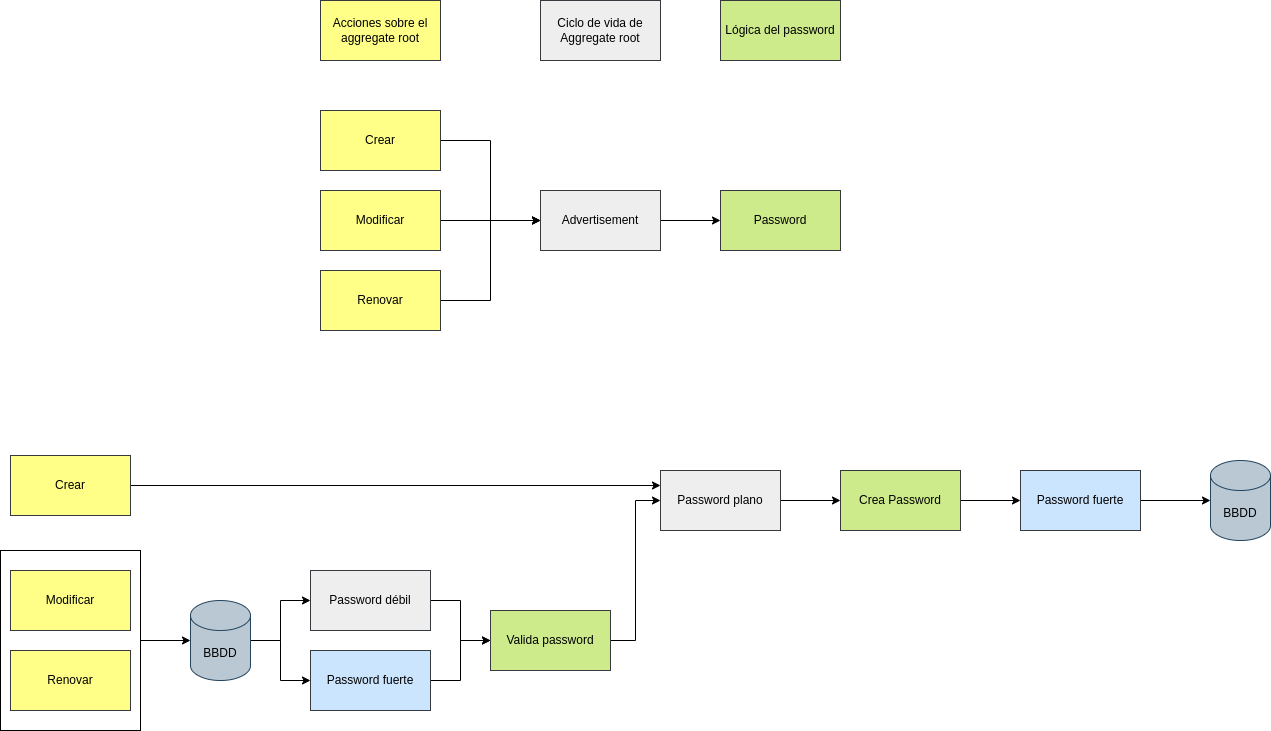
Earlier version of the draw.io export doc/flujo-cambio-password.drawio.png (faparicior/theddduniverse-workshop-the-power-of-value-objects). Source tidied: cells renumbered, new cells last; positions are measured from the earlier drawing's top-left corner, leaving out a move shared by most shapes. Its diagram source:
```xml
<mxGraphModel>
  <root>
    <mxCell id="0" />
    <mxCell id="1" parent="0" />
    <mxCell id="2" style="edgeStyle=orthogonalEdgeStyle;rounded=0;jettySize=auto;html=1;entryX=0;entryY=0.5;entryDx=0;entryDy=0;exitX=1;exitY=0.5;exitDx=0;exitDy=0;exitPerimeter=0;" parent="1" edge="1" source="33" target="15">
      <mxGeometry relative="1" as="geometry" />
    </mxCell>
    <mxCell id="3" style="edgeStyle=orthogonalEdgeStyle;rounded=0;jettySize=auto;html=1;exitX=1;exitY=0.5;exitDx=0;exitDy=0;entryX=0;entryY=0.5;entryDx=0;entryDy=0;exitPerimeter=0;" parent="1" edge="1" source="33" target="17">
      <mxGeometry relative="1" as="geometry" />
    </mxCell>
    <mxCell id="4" style="rounded=0;whiteSpace=wrap;html=1;" parent="1" vertex="1">
      <mxGeometry y="550" width="140" height="180" as="geometry" />
    </mxCell>
    <mxCell id="5" style="edgeStyle=orthogonalEdgeStyle;rounded=0;jettySize=auto;html=1;entryX=0;entryY=0.5;entryDx=0;entryDy=0;" parent="1" edge="1" source="6" target="12">
      <mxGeometry relative="1" as="geometry" />
    </mxCell>
    <mxCell id="6" value="Crear" style="rounded=0;whiteSpace=wrap;html=1;fillColor=#ffff88;strokeColor=#36393d;" parent="1" vertex="1">
      <mxGeometry x="320" y="110" width="120" height="60" as="geometry" />
    </mxCell>
    <mxCell id="7" style="edgeStyle=orthogonalEdgeStyle;rounded=0;jettySize=auto;html=1;" parent="1" edge="1" source="8" target="12">
      <mxGeometry relative="1" as="geometry" />
    </mxCell>
    <mxCell id="8" value="Modificar" style="rounded=0;whiteSpace=wrap;html=1;fillColor=#ffff88;strokeColor=#36393d;" parent="1" vertex="1">
      <mxGeometry x="320" y="190" width="120" height="60" as="geometry" />
    </mxCell>
    <mxCell id="9" style="edgeStyle=orthogonalEdgeStyle;rounded=0;jettySize=auto;html=1;entryX=0;entryY=0.5;entryDx=0;entryDy=0;" parent="1" edge="1" source="10" target="12">
      <mxGeometry relative="1" as="geometry" />
    </mxCell>
    <mxCell id="10" value="Renovar" style="rounded=0;whiteSpace=wrap;html=1;fillColor=#ffff88;strokeColor=#36393d;" parent="1" vertex="1">
      <mxGeometry x="320" y="270" width="120" height="60" as="geometry" />
    </mxCell>
    <mxCell id="11" style="edgeStyle=orthogonalEdgeStyle;rounded=0;jettySize=auto;html=1;" parent="1" edge="1" source="12" target="13">
      <mxGeometry relative="1" as="geometry" />
    </mxCell>
    <mxCell id="12" value="Advertisement" style="rounded=0;whiteSpace=wrap;html=1;fillColor=#eeeeee;strokeColor=#36393d;" parent="1" vertex="1">
      <mxGeometry x="540" y="190" width="120" height="60" as="geometry" />
    </mxCell>
    <mxCell id="13" value="Password" style="rounded=0;whiteSpace=wrap;html=1;fillColor=#cdeb8b;strokeColor=#36393d;" parent="1" vertex="1">
      <mxGeometry x="720" y="190" width="120" height="60" as="geometry" />
    </mxCell>
    <mxCell id="14" style="edgeStyle=orthogonalEdgeStyle;rounded=0;jettySize=auto;html=1;entryX=0;entryY=0.5;entryDx=0;entryDy=0;" parent="1" edge="1" source="15" target="21">
      <mxGeometry relative="1" as="geometry" />
    </mxCell>
    <mxCell id="15" value="Password débil" style="rounded=0;whiteSpace=wrap;html=1;fillColor=#eeeeee;strokeColor=#36393d;" parent="1" vertex="1">
      <mxGeometry x="310" y="570" width="120" height="60" as="geometry" />
    </mxCell>
    <mxCell id="16" style="edgeStyle=orthogonalEdgeStyle;rounded=0;jettySize=auto;html=1;entryX=0;entryY=0.5;entryDx=0;entryDy=0;" parent="1" edge="1" source="17" target="21">
      <mxGeometry relative="1" as="geometry" />
    </mxCell>
    <mxCell id="17" value="Password fuerte" style="rounded=0;whiteSpace=wrap;html=1;fillColor=#cce5ff;strokeColor=#36393d;" parent="1" vertex="1">
      <mxGeometry x="310" y="650" width="120" height="60" as="geometry" />
    </mxCell>
    <mxCell id="18" style="edgeStyle=orthogonalEdgeStyle;rounded=0;jettySize=auto;html=1;" parent="1" edge="1" source="19" target="23">
      <mxGeometry relative="1" as="geometry" />
    </mxCell>
    <mxCell id="19" value="Crea Password" style="rounded=0;whiteSpace=wrap;html=1;fillColor=#cdeb8b;strokeColor=#36393d;" parent="1" vertex="1">
      <mxGeometry x="840" y="470" width="120" height="60" as="geometry" />
    </mxCell>
    <mxCell id="20" style="edgeStyle=orthogonalEdgeStyle;rounded=0;jettySize=auto;html=1;entryX=0;entryY=0.5;entryDx=0;entryDy=0;" parent="1" edge="1" source="21" target="25">
      <mxGeometry relative="1" as="geometry" />
    </mxCell>
    <mxCell id="21" value="Valida password" style="rounded=0;whiteSpace=wrap;html=1;fillColor=#cdeb8b;strokeColor=#36393d;" parent="1" vertex="1">
      <mxGeometry x="490" y="610" width="120" height="60" as="geometry" />
    </mxCell>
    <mxCell id="22" style="edgeStyle=orthogonalEdgeStyle;rounded=0;jettySize=auto;html=1;" parent="1" edge="1" source="23" target="35">
      <mxGeometry relative="1" as="geometry" />
    </mxCell>
    <mxCell id="23" value="Password fuerte" style="rounded=0;whiteSpace=wrap;html=1;fillColor=#cce5ff;strokeColor=#36393d;" parent="1" vertex="1">
      <mxGeometry x="1020" y="470" width="120" height="60" as="geometry" />
    </mxCell>
    <mxCell id="24" style="edgeStyle=orthogonalEdgeStyle;rounded=0;jettySize=auto;html=1;" parent="1" edge="1" source="25" target="19">
      <mxGeometry relative="1" as="geometry" />
    </mxCell>
    <mxCell id="25" value="Password plano" style="rounded=0;whiteSpace=wrap;html=1;fillColor=#eeeeee;strokeColor=#36393d;" parent="1" vertex="1">
      <mxGeometry x="660" y="470" width="120" height="60" as="geometry" />
    </mxCell>
    <mxCell id="26" value="Acciones sobre el aggregate root" style="rounded=0;whiteSpace=wrap;html=1;fillColor=#ffff88;strokeColor=#36393d;" parent="1" vertex="1">
      <mxGeometry x="320" width="120" height="60" as="geometry" />
    </mxCell>
    <mxCell id="27" value="Lógica del password" style="rounded=0;whiteSpace=wrap;html=1;fillColor=#cdeb8b;strokeColor=#36393d;" parent="1" vertex="1">
      <mxGeometry x="720" width="120" height="60" as="geometry" />
    </mxCell>
    <mxCell id="28" style="edgeStyle=orthogonalEdgeStyle;rounded=0;jettySize=auto;html=1;entryX=0;entryY=0.25;entryDx=0;entryDy=0;" parent="1" edge="1" source="29" target="25">
      <mxGeometry relative="1" as="geometry" />
    </mxCell>
    <mxCell id="29" value="Crear" style="rounded=0;whiteSpace=wrap;html=1;fillColor=#ffff88;strokeColor=#36393d;" parent="1" vertex="1">
      <mxGeometry x="10" y="455" width="120" height="60" as="geometry" />
    </mxCell>
    <mxCell id="30" value="Modificar" style="rounded=0;whiteSpace=wrap;html=1;fillColor=#ffff88;strokeColor=#36393d;" parent="1" vertex="1">
      <mxGeometry x="10" y="570" width="120" height="60" as="geometry" />
    </mxCell>
    <mxCell id="31" value="Renovar" style="rounded=0;whiteSpace=wrap;html=1;fillColor=#ffff88;strokeColor=#36393d;" parent="1" vertex="1">
      <mxGeometry x="10" y="650" width="120" height="60" as="geometry" />
    </mxCell>
    <mxCell id="32" value="Ciclo de vida de Aggregate root" style="rounded=0;whiteSpace=wrap;html=1;fillColor=#eeeeee;strokeColor=#36393d;" parent="1" vertex="1">
      <mxGeometry x="540" width="120" height="60" as="geometry" />
    </mxCell>
    <mxCell id="33" value="BBDD" style="shape=cylinder3;whiteSpace=wrap;html=1;boundedLbl=1;backgroundOutline=1;size=15;fillColor=#bac8d3;strokeColor=#23445d;" parent="1" vertex="1">
      <mxGeometry x="190" y="600" width="60" height="80" as="geometry" />
    </mxCell>
    <mxCell id="34" style="edgeStyle=orthogonalEdgeStyle;rounded=0;jettySize=auto;html=1;entryX=0;entryY=0.5;entryDx=0;entryDy=0;entryPerimeter=0;" parent="1" edge="1" source="4" target="33">
      <mxGeometry relative="1" as="geometry" />
    </mxCell>
    <mxCell id="35" value="BBDD" style="shape=cylinder3;whiteSpace=wrap;html=1;boundedLbl=1;backgroundOutline=1;size=15;fillColor=#bac8d3;strokeColor=#23445d;" parent="1" vertex="1">
      <mxGeometry x="1210" y="460" width="60" height="80" as="geometry" />
    </mxCell>
  </root>
</mxGraphModel>
```
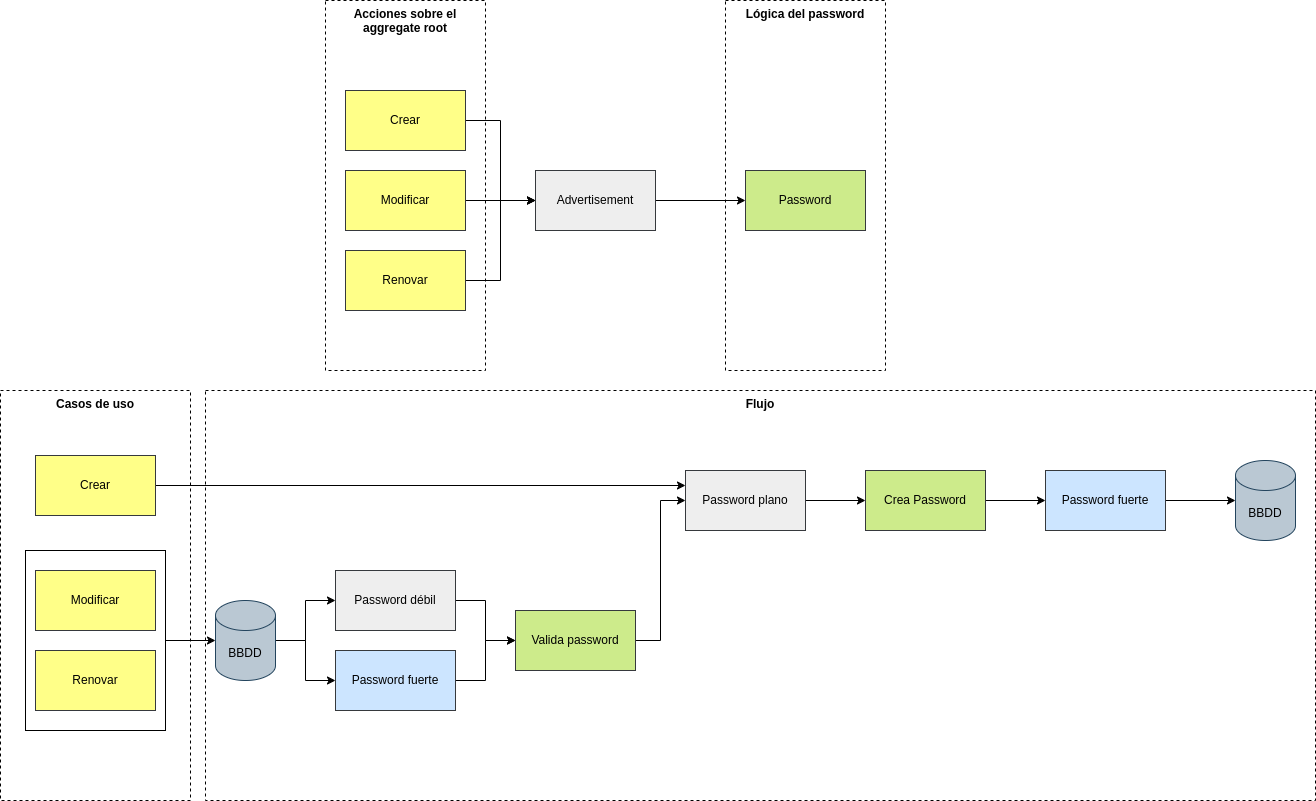
Above is the later version.

Commit message:
Add solution scenario

Change to the diagram source:
```diff
@@ -2,6 +2,18 @@
   <root>
     <mxCell id="0" />
     <mxCell id="1" parent="0" />
+    <mxCell id="36" value="Flujo" style="rounded=0;whiteSpace=wrap;html=1;verticalAlign=top;fontStyle=1;fillStyle=auto;dashed=1;" parent="1" vertex="1">
+      <mxGeometry x="180" y="390" width="1110" height="410" as="geometry" />
+    </mxCell>
+    <mxCell id="37" value="Casos de uso" style="rounded=0;whiteSpace=wrap;html=1;verticalAlign=top;fontStyle=1;fillStyle=auto;dashed=1;" parent="1" vertex="1">
+      <mxGeometry x="-25" y="390" width="190" height="410" as="geometry" />
+    </mxCell>
+    <mxCell id="27" value="Lógica del password" style="rounded=0;whiteSpace=wrap;html=1;dashed=1;fontStyle=1;verticalAlign=top;" parent="1" vertex="1">
+      <mxGeometry x="700" width="160" height="370" as="geometry" />
+    </mxCell>
+    <mxCell id="26" value="Acciones sobre el aggregate root" style="rounded=0;whiteSpace=wrap;html=1;verticalAlign=top;fontStyle=1;fillStyle=auto;dashed=1;" parent="1" vertex="1">
+      <mxGeometry x="300" width="160" height="370" as="geometry" />
+    </mxCell>
     <mxCell id="2" style="edgeStyle=orthogonalEdgeStyle;rounded=0;jettySize=auto;html=1;entryX=0;entryY=0.5;entryDx=0;entryDy=0;exitX=1;exitY=0.5;exitDx=0;exitDy=0;exitPerimeter=0;" parent="1" edge="1" source="33" target="15">
       <mxGeometry relative="1" as="geometry" />
     </mxCell>
@@ -15,28 +27,28 @@
       <mxGeometry relative="1" as="geometry" />
     </mxCell>
     <mxCell id="6" value="Crear" style="rounded=0;whiteSpace=wrap;html=1;fillColor=#ffff88;strokeColor=#36393d;" parent="1" vertex="1">
-      <mxGeometry x="320" y="110" width="120" height="60" as="geometry" />
+      <mxGeometry x="320" y="90" width="120" height="60" as="geometry" />
     </mxCell>
     <mxCell id="7" style="edgeStyle=orthogonalEdgeStyle;rounded=0;jettySize=auto;html=1;" parent="1" edge="1" source="8" target="12">
       <mxGeometry relative="1" as="geometry" />
     </mxCell>
     <mxCell id="8" value="Modificar" style="rounded=0;whiteSpace=wrap;html=1;fillColor=#ffff88;strokeColor=#36393d;" parent="1" vertex="1">
-      <mxGeometry x="320" y="190" width="120" height="60" as="geometry" />
+      <mxGeometry x="320" y="170" width="120" height="60" as="geometry" />
     </mxCell>
     <mxCell id="9" style="edgeStyle=orthogonalEdgeStyle;rounded=0;jettySize=auto;html=1;entryX=0;entryY=0.5;entryDx=0;entryDy=0;" parent="1" edge="1" source="10" target="12">
       <mxGeometry relative="1" as="geometry" />
     </mxCell>
     <mxCell id="10" value="Renovar" style="rounded=0;whiteSpace=wrap;html=1;fillColor=#ffff88;strokeColor=#36393d;" parent="1" vertex="1">
-      <mxGeometry x="320" y="270" width="120" height="60" as="geometry" />
+      <mxGeometry x="320" y="250" width="120" height="60" as="geometry" />
     </mxCell>
     <mxCell id="11" style="edgeStyle=orthogonalEdgeStyle;rounded=0;jettySize=auto;html=1;" parent="1" edge="1" source="12" target="13">
       <mxGeometry relative="1" as="geometry" />
     </mxCell>
     <mxCell id="12" value="Advertisement" style="rounded=0;whiteSpace=wrap;html=1;fillColor=#eeeeee;strokeColor=#36393d;" parent="1" vertex="1">
-      <mxGeometry x="540" y="190" width="120" height="60" as="geometry" />
+      <mxGeometry x="510" y="170" width="120" height="60" as="geometry" />
     </mxCell>
     <mxCell id="13" value="Password" style="rounded=0;whiteSpace=wrap;html=1;fillColor=#cdeb8b;strokeColor=#36393d;" parent="1" vertex="1">
-      <mxGeometry x="720" y="190" width="120" height="60" as="geometry" />
+      <mxGeometry x="720" y="170" width="120" height="60" as="geometry" />
     </mxCell>
     <mxCell id="14" style="edgeStyle=orthogonalEdgeStyle;rounded=0;jettySize=auto;html=1;entryX=0;entryY=0.5;entryDx=0;entryDy=0;" parent="1" edge="1" source="15" target="21">
       <mxGeometry relative="1" as="geometry" />
@@ -74,12 +86,6 @@
     <mxCell id="25" value="Password plano" style="rounded=0;whiteSpace=wrap;html=1;fillColor=#eeeeee;strokeColor=#36393d;" parent="1" vertex="1">
       <mxGeometry x="660" y="470" width="120" height="60" as="geometry" />
     </mxCell>
-    <mxCell id="26" value="Acciones sobre el aggregate root" style="rounded=0;whiteSpace=wrap;html=1;fillColor=#ffff88;strokeColor=#36393d;" parent="1" vertex="1">
-      <mxGeometry x="320" width="120" height="60" as="geometry" />
-    </mxCell>
-    <mxCell id="27" value="Lógica del password" style="rounded=0;whiteSpace=wrap;html=1;fillColor=#cdeb8b;strokeColor=#36393d;" parent="1" vertex="1">
-      <mxGeometry x="720" width="120" height="60" as="geometry" />
-    </mxCell>
     <mxCell id="28" style="edgeStyle=orthogonalEdgeStyle;rounded=0;jettySize=auto;html=1;entryX=0;entryY=0.25;entryDx=0;entryDy=0;" parent="1" edge="1" source="29" target="25">
       <mxGeometry relative="1" as="geometry" />
     </mxCell>
@@ -92,9 +98,6 @@
     <mxCell id="31" value="Renovar" style="rounded=0;whiteSpace=wrap;html=1;fillColor=#ffff88;strokeColor=#36393d;" parent="1" vertex="1">
       <mxGeometry x="10" y="650" width="120" height="60" as="geometry" />
     </mxCell>
-    <mxCell id="32" value="Ciclo de vida de Aggregate root" style="rounded=0;whiteSpace=wrap;html=1;fillColor=#eeeeee;strokeColor=#36393d;" parent="1" vertex="1">
-      <mxGeometry x="540" width="120" height="60" as="geometry" />
-    </mxCell>
     <mxCell id="33" value="BBDD" style="shape=cylinder3;whiteSpace=wrap;html=1;boundedLbl=1;backgroundOutline=1;size=15;fillColor=#bac8d3;strokeColor=#23445d;" parent="1" vertex="1">
       <mxGeometry x="190" y="600" width="60" height="80" as="geometry" />
     </mxCell>
```
